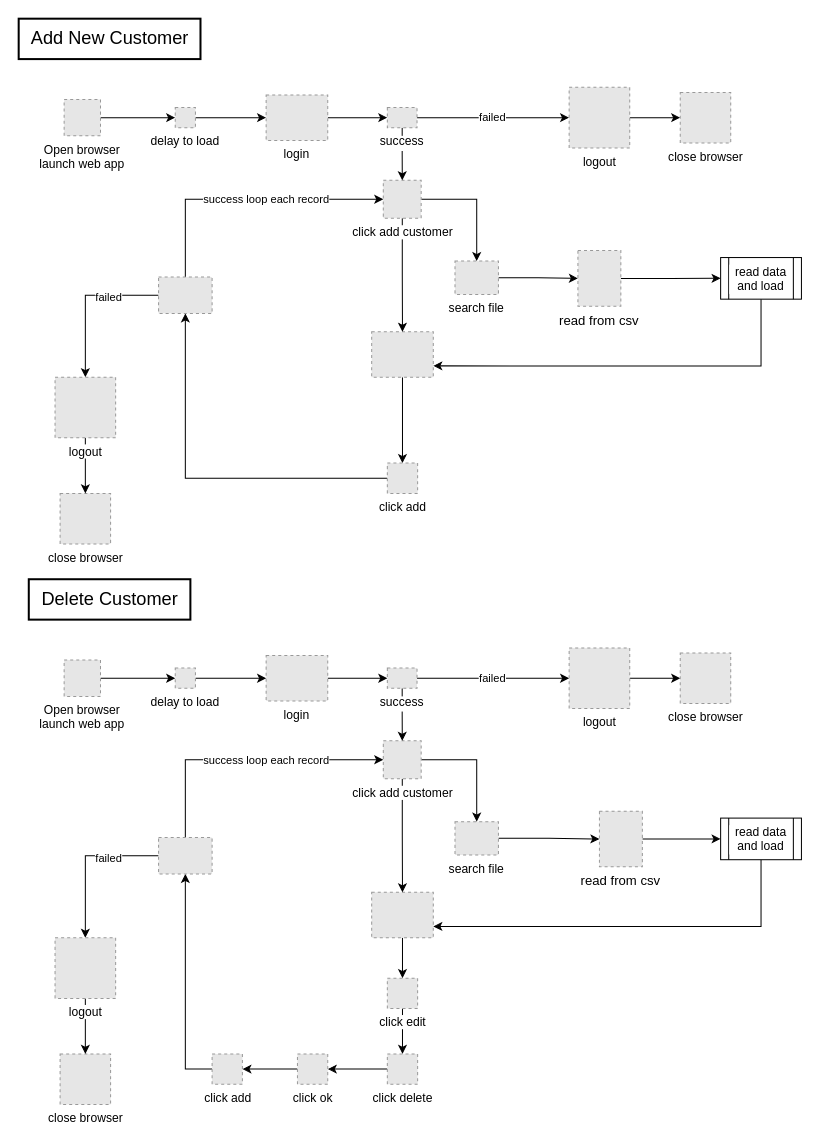
Before: rpa-customer-data-load.drawio in jfruiz11375/rpa-diagrams, a draw.io diagram. Source tidied: cells renumbered, new cells numbered last; positions are measured from the earlier drawing's top-left corner, leaving out a move shared by most shapes. Both pictures are drawn from the tidied source at 101%, with x=0, y=0 at pixel (18, 18). Pictures stored in the file or linked from it are replaced by grey dashed boxes.
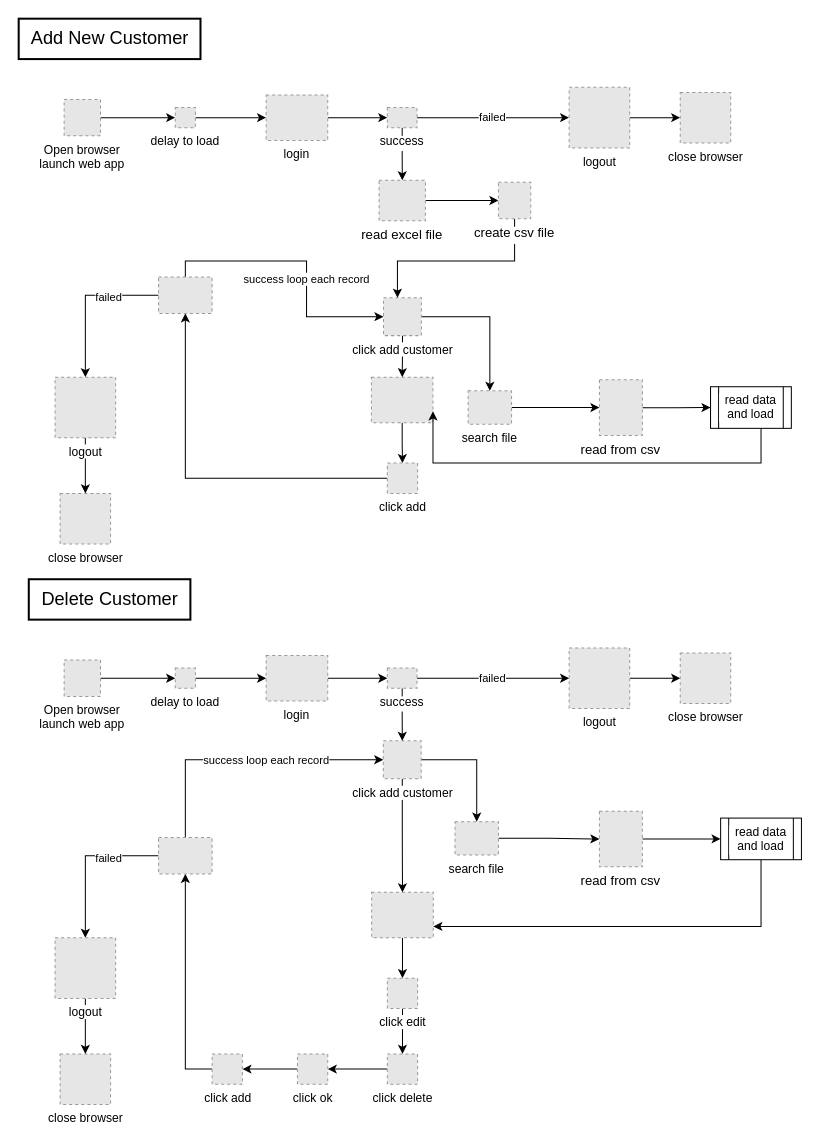
The same diagram, later.

Commit message:
open excel file and create csv file

The change refers to these unchanged cells:
```xml
<mxCell id="18" value="success" style="fillColor=#E6E6E6;strokeColor=#999999;dashed=1;verticalLabelPosition=bottom;labelBackgroundColor=#ffffff;verticalAlign=top;" parent="1" vertex="1">
  <mxGeometry x="365" y="88" width="29.4" height="20" as="geometry" />
</mxCell>
<mxCell id="25" style="fillColor=#E6E6E6;strokeColor=#999999;dashed=1;verticalLabelPosition=bottom;labelBackgroundColor=#ffffff;verticalAlign=top;" parent="1" vertex="1">
  <mxGeometry x="138.5" y="255.8" width="53" height="36" as="geometry" />
</mxCell>
```

Diff of the diagram source:
```diff
@@
     <mxCell id="3" value="search file" style="fillColor=#E6E6E6;strokeColor=#999999;dashed=1;verticalLabelPosition=bottom;labelBackgroundColor=#ffffff;verticalAlign=top;" parent="1" vertex="1">
-      <mxGeometry x="432" y="240" width="43" height="33" as="geometry" />
+      <mxGeometry x="445" y="368.5" width="43" height="33" as="geometry" />
     </mxCell>
@@
     <mxCell id="7" style="fillColor=#E6E6E6;strokeColor=#999999;dashed=1;verticalLabelPosition=bottom;labelBackgroundColor=#ffffff;verticalAlign=top;" parent="1" vertex="1">
-      <mxGeometry x="349.5" y="310" width="61" height="45" as="geometry" />
+      <mxGeometry x="349.2" y="355" width="61" height="45" as="geometry" />
     </mxCell>
@@
     <mxCell id="15" value="click add customer" style="fillColor=#E6E6E6;strokeColor=#999999;dashed=1;html=1;verticalAlign=top;verticalLabelPosition=bottom;labelBackgroundColor=#ffffff;" parent="1" vertex="1">
-      <mxGeometry x="361" y="160" width="37.5" height="37.5" as="geometry" />
+      <mxGeometry x="361.2" y="276.3" width="37.5" height="37.5" as="geometry" />
     </mxCell>
-    <mxCell id="16" style="edgeStyle=orthogonalEdgeStyle;rounded=0;jettySize=auto;html=1;" parent="1" edge="1" source="18" target="15">
-      <mxGeometry relative="1" as="geometry" />
-    </mxCell>
@@
+    <mxCell id="72" style="edgeStyle=orthogonalEdgeStyle;rounded=0;jettySize=auto;html=1;fontSize=13;" parent="1" edge="1" source="18" target="74">
+      <mxGeometry relative="1" as="geometry" />
+    </mxCell>
@@
     <mxCell id="19" style="edgeStyle=orthogonalEdgeStyle;rounded=0;jettySize=auto;html=1;entryX=1;entryY=0.75;entryDx=0;entryDy=0;" parent="1" edge="1" source="20" target="7">
       <mxGeometry relative="1" as="geometry">
         <Array as="points">
-          <mxPoint x="735" y="344" />
+          <mxPoint x="735" y="440" />
+          <mxPoint x="410" y="440" />
         </Array>
       </mxGeometry>
     </mxCell>
     <mxCell id="20" value="read data and load" style="shape=process;whiteSpace=wrap;html=1;backgroundOutline=1;verticalAlign=top;labelBackgroundColor=#ffffff;" parent="1" vertex="1">
-      <mxGeometry x="695" y="236.5" width="80" height="41.2" as="geometry" />
+      <mxGeometry x="685" y="364.4" width="80" height="41.2" as="geometry" />
     </mxCell>
@@
-    <mxCell id="23" value="success loop each record" style="edgeStyle=orthogonalEdgeStyle;rounded=0;jettySize=auto;html=1;entryX=0;entryY=0.5;entryDx=0;entryDy=0;exitX=0.5;exitY=0;exitDx=0;exitDy=0;" parent="1" edge="1" source="25" target="15">
+    <mxCell id="23" value="success loop each record" style="edgeStyle=orthogonalEdgeStyle;rounded=0;jettySize=auto;html=1;exitX=0.5;exitY=0;exitDx=0;exitDy=0;entryX=0;entryY=0.5;entryDx=0;entryDy=0;" parent="1" edge="1" source="25" target="15">
       <mxGeometry x="0.15" relative="1" as="geometry">
         <Array as="points">
-          <mxPoint x="165" y="179" />
+          <mxPoint x="165" y="240" />
+          <mxPoint x="285" y="240" />
+          <mxPoint x="285" y="295" />
         </Array>
       </mxGeometry>
     </mxCell>
@@
     <mxCell id="70" value="read from csv" style="fillColor=#E6E6E6;strokeColor=#999999;dashed=1;verticalLabelPosition=bottom;labelBackgroundColor=#ffffff;verticalAlign=top;fontSize=13;" parent="1" vertex="1">
-      <mxGeometry x="553.7" y="229.6" width="42.5" height="55.1" as="geometry" />
+      <mxGeometry x="575" y="357.5" width="42.5" height="55.1" as="geometry" />
     </mxCell>
@@
+    <mxCell id="73" style="edgeStyle=orthogonalEdgeStyle;rounded=0;jettySize=auto;html=1;fontSize=13;" parent="1" edge="1" source="74" target="76">
+      <mxGeometry relative="1" as="geometry" />
+    </mxCell>
+    <mxCell id="74" value="read excel file" style="fillColor=#E6E6E6;strokeColor=#999999;dashed=1;verticalLabelPosition=bottom;labelBackgroundColor=#ffffff;verticalAlign=top;fontSize=13;" parent="1" vertex="1">
+      <mxGeometry x="356.8" y="160" width="45.9" height="40" as="geometry" />
+    </mxCell>
+    <mxCell id="75" style="edgeStyle=orthogonalEdgeStyle;rounded=0;jettySize=auto;html=1;fontSize=13;" parent="1" edge="1" source="76" target="15">
+      <mxGeometry relative="1" as="geometry">
+        <Array as="points">
+          <mxPoint x="491" y="240" />
+          <mxPoint x="375" y="240" />
+        </Array>
+      </mxGeometry>
+    </mxCell>
+    <mxCell id="76" value="create csv file" style="fillColor=#E6E6E6;strokeColor=#999999;dashed=1;verticalLabelPosition=bottom;labelBackgroundColor=#ffffff;verticalAlign=top;fontSize=13;" parent="1" vertex="1">
+      <mxGeometry x="475" y="162" width="32" height="36" as="geometry" />
+    </mxCell>
```
